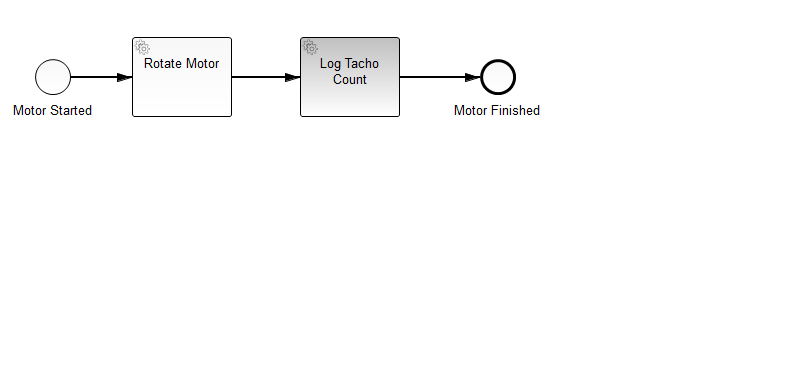
olihock/RubiksCube keeps this BPMN diagram as CubeSolving/src/main/resources/com/videaps/cube/solving/access/RotateMotorProcess.png. Above is the earlier version. Its source is kept beside it as CubeSolving/src/main/resources/com/videaps/cube/solving/access/RotateMotorProcess.bpmn. Ids are renumbered.
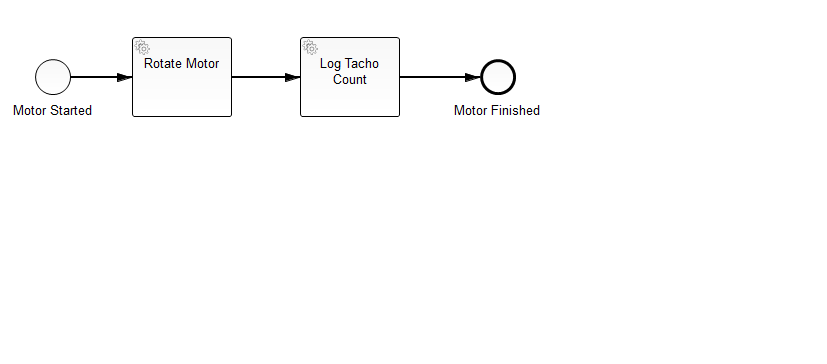
After the commit.

Commit message:
Implemented Rotate Motor Delegate inclusive test class.

The edit, as a diff of the source:
```diff
@@ -1,5 +1,5 @@
 <bpmn2:definitions xmlns:xsi="http://www.w3.org/2001/XMLSchema-instance" xmlns:bpmn2="http://www.omg.org/spec/BPMN/20100524/MODEL" xmlns:bpmndi="http://www.omg.org/spec/BPMN/20100524/DI" xmlns:camunda="http://camunda.org/schema/1.0/bpmn" xmlns:dc="http://www.omg.org/spec/DD/20100524/DC" xmlns:di="http://www.omg.org/spec/DD/20100524/DI" xsi:schemaLocation="http://www.omg.org/spec/BPMN/20100524/MODEL BPMN20.xsd" id="_PKMU4ERyEeax_8xu_fARuQ" exporter="camunda modeler" exporterVersion="3.0.0" targetNamespace="http://camunda.org/schema/1.0/bpmn">
-  <bpmn2:process id="Process_RotateMotor" isExecutable="false">
+  <bpmn2:process id="Process_RotateMotor" name="Rotate Motor Process" isExecutable="true">
     <bpmn2:startEvent id="StartEvent_MotorStarted" name="Motor Started">
       <bpmn2:outgoing>SequenceFlow_1</bpmn2:outgoing>
     </bpmn2:startEvent>
```
